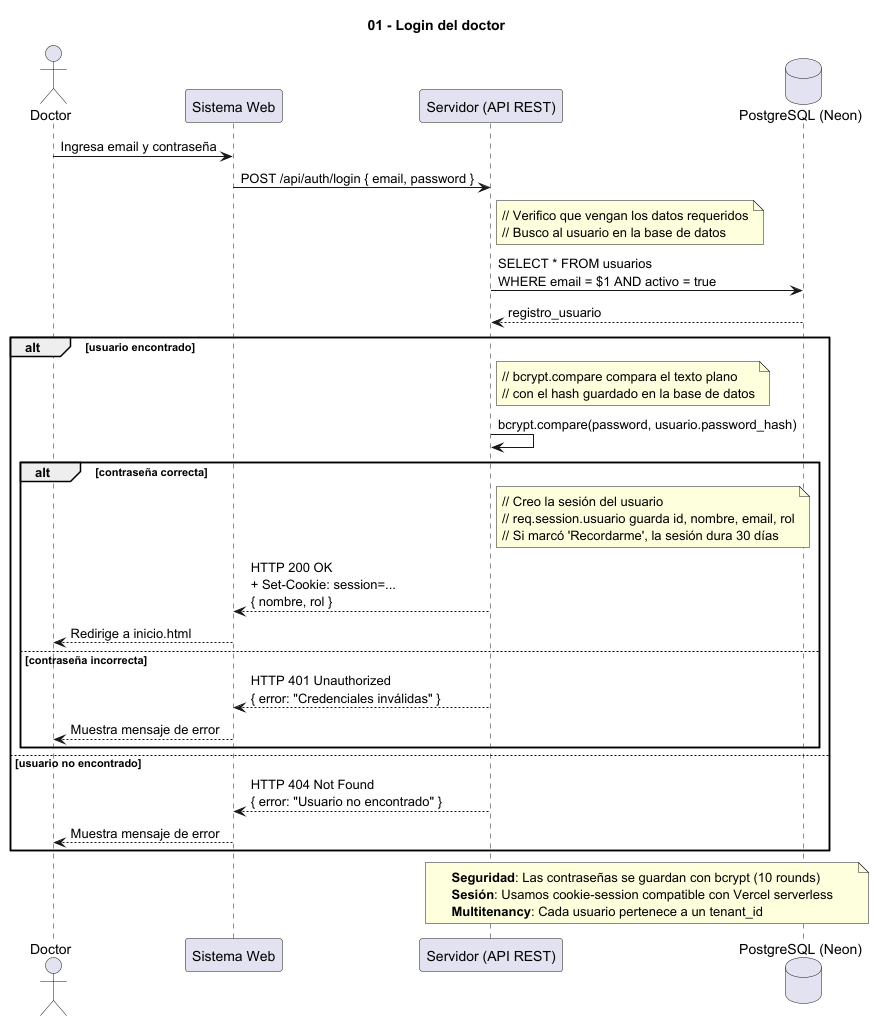
This is docs/Imagenes_UML/01_Login_del_doctor.png from marcostoledo96/mvp_historias-clinicas, a PlantUML export, as it was before one commit.
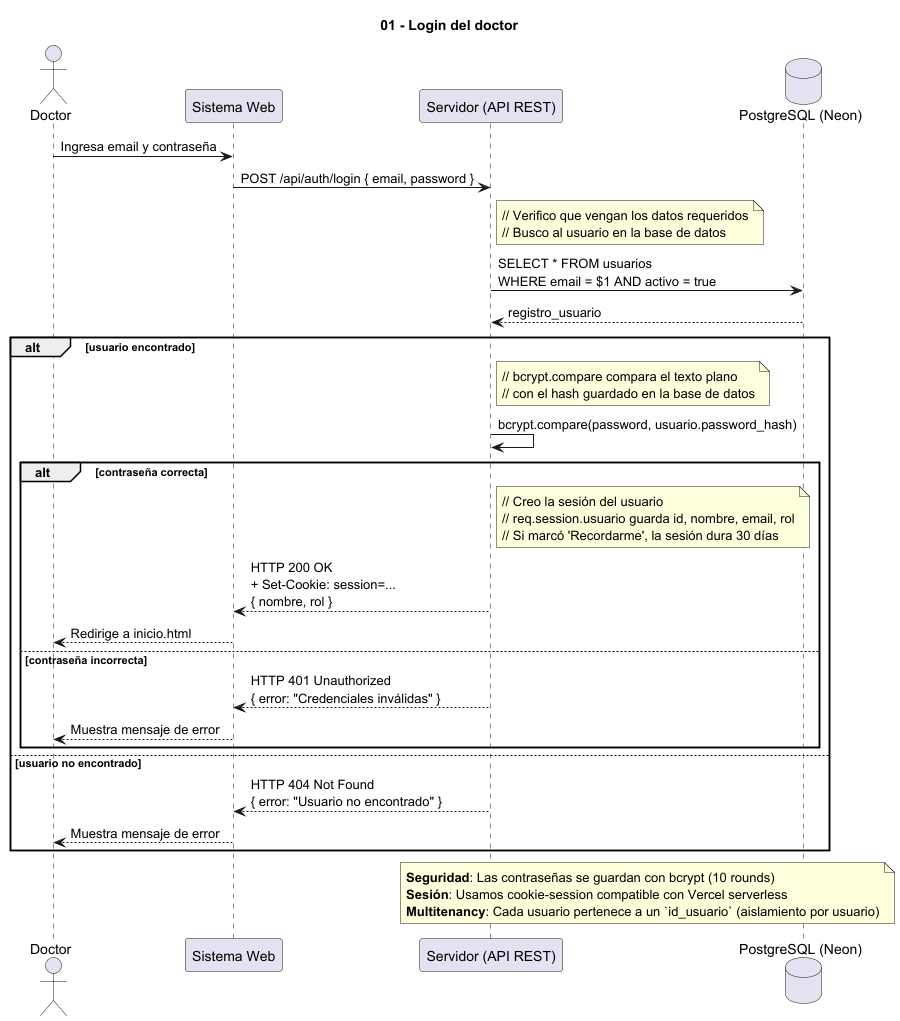
The same file after the commit.

What changed in the source:
```diff
@@ -48,7 +48,7 @@
 note over Server, DB
   **Seguridad**: Las contraseñas se guardan con bcrypt (10 rounds)
   **Sesión**: Usamos cookie-session compatible con Vercel serverless
-  **Multitenancy**: Cada usuario pertenece a un tenant_id
+  **Multitenancy**: Cada usuario pertenece a un `id_usuario` (aislamiento por usuario)
 end note
 
 @enduml
```
